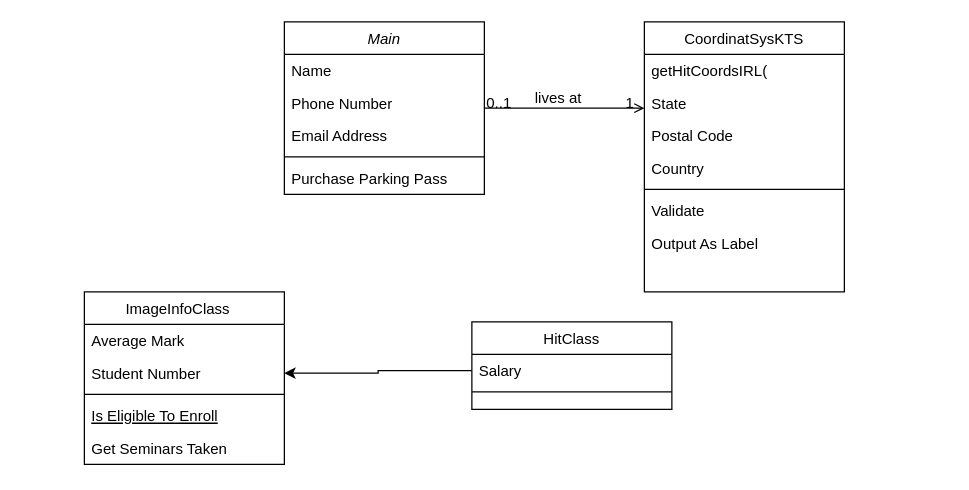
This is Program/samuel_filer/ClassCommunication.drawio from Sauel2000/WebBachelor, a draw.io file, before an edit. Source tidied: cells renumbered, new cells numbered last; positions are measured from the earlier drawing's top-left corner, leaving out a move shared by most shapes. Both pictures are drawn from the tidied source at 125%, with x=0, y=0 at pixel (84, 21).
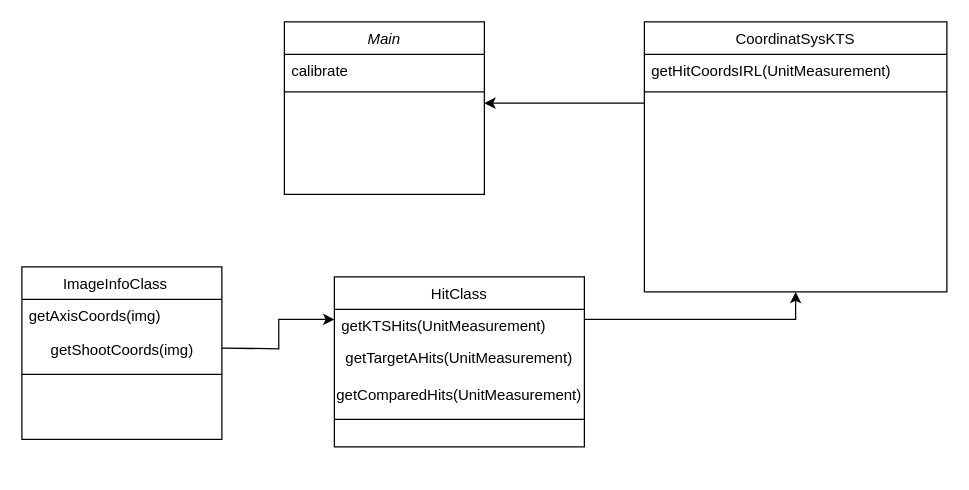
Above is the later version.

Unchanged cells that the change refers to:
```xml
<mxCell id="2" value="Main" style="swimlane;fontStyle=2;align=center;verticalAlign=top;horizontal=1;startSize=26;rounded=0;shadow=0;strokeWidth=1;" parent="1" vertex="1">
  <mxGeometry x="160" width="160" height="138" as="geometry" />
</mxCell>
```

Diff of the diagram source:
```diff
@@
-    <mxCell id="3" value="Name" style="text;align=left;verticalAlign=top;spacingLeft=4;spacingRight=4;overflow=hidden;" parent="2" vertex="1">
+    <mxCell id="3" value="calibrate" style="text;align=left;verticalAlign=top;spacingLeft=4;spacingRight=4;overflow=hidden;" parent="2" vertex="1">
       <mxGeometry y="26" width="160" height="26" as="geometry" />
     </mxCell>
-    <mxCell id="4" value="Phone Number" style="text;align=left;verticalAlign=top;spacingLeft=4;spacingRight=4;overflow=hidden;rounded=0;shadow=0;html=0;" parent="2" vertex="1">
-      <mxGeometry y="52" width="160" height="26" as="geometry" />
-    </mxCell>
-    <mxCell id="5" value="Email Address" style="text;align=left;verticalAlign=top;spacingLeft=4;spacingRight=4;overflow=hidden;rounded=0;shadow=0;html=0;" parent="2" vertex="1">
-      <mxGeometry y="78" width="160" height="26" as="geometry" />
-    </mxCell>
     <mxCell id="6" style="line;html=1;strokeWidth=1;align=left;verticalAlign=middle;spacingTop=-1;spacingLeft=3;spacingRight=3;labelPosition=right;" parent="2" vertex="1">
-      <mxGeometry y="104" width="160" height="8" as="geometry" />
+      <mxGeometry y="52" width="160" height="8" as="geometry" />
     </mxCell>
-    <mxCell id="7" value="Purchase Parking Pass" style="text;align=left;verticalAlign=top;spacingLeft=4;spacingRight=4;overflow=hidden;" parent="2" vertex="1">
-      <mxGeometry y="112" width="160" height="26" as="geometry" />
-    </mxCell>
     <mxCell id="8" value="ImageInfoClass   " style="swimlane;fontStyle=0;align=center;verticalAlign=top;horizontal=1;startSize=26;rounded=0;shadow=0;strokeWidth=1;" parent="1" vertex="1">
-      <mxGeometry y="216" width="160" height="138" as="geometry" />
+      <mxGeometry x="-50" y="196" width="160" height="138" as="geometry" />
     </mxCell>
-    <mxCell id="9" value="Average Mark" style="text;align=left;verticalAlign=top;spacingLeft=4;spacingRight=4;overflow=hidden;rounded=0;shadow=0;html=0;" parent="8" vertex="1">
+    <mxCell id="9" value="getAxisCoords(img)" style="text;align=left;verticalAlign=top;spacingLeft=4;spacingRight=4;overflow=hidden;rounded=0;shadow=0;html=0;" parent="8" vertex="1">
       <mxGeometry y="26" width="160" height="26" as="geometry" />
     </mxCell>
-    <mxCell id="10" value="Student Number" style="text;align=left;verticalAlign=top;spacingLeft=4;spacingRight=4;overflow=hidden;points=[[0,0.5],[1,0.5]];portConstraint=eastwest;" parent="8" vertex="1">
-      <mxGeometry y="52" width="160" height="26" as="geometry" />
-    </mxCell>
+    <mxCell id="30" value="getShootCoords(img)" style="text;html=1;align=center;verticalAlign=middle;strokeColor=none;fillColor=none;" parent="8" vertex="1">
+      <mxGeometry y="52" width="160" height="30" as="geometry" />
+    </mxCell>
     <mxCell id="11" style="line;html=1;strokeWidth=1;align=left;verticalAlign=middle;spacingTop=-1;spacingLeft=3;spacingRight=3;labelPosition=right;" parent="8" vertex="1">
-      <mxGeometry y="78" width="160" height="8" as="geometry" />
+      <mxGeometry y="82" width="160" height="8" as="geometry" />
     </mxCell>
-    <mxCell id="12" value="Is Eligible To Enroll" style="text;align=left;verticalAlign=top;spacingLeft=4;spacingRight=4;overflow=hidden;fontStyle=4;" parent="8" vertex="1">
-      <mxGeometry y="86" width="160" height="26" as="geometry" />
-    </mxCell>
-    <mxCell id="13" value="Get Seminars Taken" style="text;align=left;verticalAlign=top;spacingLeft=4;spacingRight=4;overflow=hidden;" parent="8" vertex="1">
-      <mxGeometry y="112" width="160" height="26" as="geometry" />
-    </mxCell>
+    <mxCell id="31" style="edgeStyle=orthogonalEdgeStyle;rounded=0;jettySize=auto;html=1;exitX=1;exitY=0.25;exitDx=0;exitDy=0;entryX=0.5;entryY=1;entryDx=0;entryDy=0;" parent="1" edge="1" source="14" target="17">
+      <mxGeometry relative="1" as="geometry" />
+    </mxCell>
     <mxCell id="14" value="HitClass" style="swimlane;fontStyle=0;align=center;verticalAlign=top;horizontal=1;startSize=26;rounded=0;shadow=0;strokeWidth=1;" parent="1" vertex="1">
-      <mxGeometry x="310" y="240" width="160" height="70" as="geometry" />
+      <mxGeometry x="200" y="204" width="200" height="136" as="geometry" />
     </mxCell>
-    <mxCell id="15" value="Salary" style="text;align=left;verticalAlign=top;spacingLeft=4;spacingRight=4;overflow=hidden;points=[[0,0.5],[1,0.5]];portConstraint=eastwest;" parent="14" vertex="1">
-      <mxGeometry y="26" width="160" height="26" as="geometry" />
+    <mxCell id="15" value="getKTSHits(UnitMeasurement)&#10;" style="text;align=left;verticalAlign=top;spacingLeft=4;spacingRight=4;overflow=hidden;points=[[0,0.5],[1,0.5]];portConstraint=eastwest;" parent="14" vertex="1">
+      <mxGeometry y="26" width="200" height="24" as="geometry" />
     </mxCell>
+    <mxCell id="32" value="getTargetAHits(UnitMeasurement)" style="text;html=1;strokeColor=none;fillColor=none;align=center;verticalAlign=middle;whiteSpace=wrap;rounded=0;" parent="14" vertex="1">
+      <mxGeometry y="50" width="200" height="30" as="geometry" />
+    </mxCell>
+    <mxCell id="33" value="getComparedHits(UnitMeasurement)" style="text;html=1;strokeColor=none;fillColor=none;align=center;verticalAlign=middle;whiteSpace=wrap;rounded=0;" parent="14" vertex="1">
+      <mxGeometry y="80" width="200" height="30" as="geometry" />
+    </mxCell>
     <mxCell id="16" style="line;html=1;strokeWidth=1;align=left;verticalAlign=middle;spacingTop=-1;spacingLeft=3;spacingRight=3;labelPosition=right;" parent="14" vertex="1">
-      <mxGeometry y="52" width="160" height="8" as="geometry" />
+      <mxGeometry y="110" width="200" height="8" as="geometry" />
     </mxCell>
     <mxCell id="17" value="CoordinatSysKTS" style="swimlane;fontStyle=0;align=center;verticalAlign=top;horizontal=1;startSize=26;rounded=0;shadow=0;strokeWidth=1;" parent="1" vertex="1">
-      <mxGeometry x="448" width="160" height="216" as="geometry" />
+      <mxGeometry x="448" width="242" height="216" as="geometry" />
     </mxCell>
-    <mxCell id="18" value="getHitCoordsIRL(&#10;" style="text;align=left;verticalAlign=top;spacingLeft=4;spacingRight=4;overflow=hidden;" parent="17" vertex="1">
-      <mxGeometry y="26" width="160" height="26" as="geometry" />
+    <mxCell id="18" value="getHitCoordsIRL(UnitMeasurement)&#10;" style="text;align=left;verticalAlign=top;spacingLeft=4;spacingRight=4;overflow=hidden;" parent="17" vertex="1">
+      <mxGeometry y="26" width="242" height="26" as="geometry" />
     </mxCell>
-    <mxCell id="19" value="State" style="text;align=left;verticalAlign=top;spacingLeft=4;spacingRight=4;overflow=hidden;rounded=0;shadow=0;html=0;" parent="17" vertex="1">
-      <mxGeometry y="52" width="160" height="26" as="geometry" />
-    </mxCell>
-    <mxCell id="20" value="Postal Code" style="text;align=left;verticalAlign=top;spacingLeft=4;spacingRight=4;overflow=hidden;rounded=0;shadow=0;html=0;" parent="17" vertex="1">
-      <mxGeometry y="78" width="160" height="26" as="geometry" />
-    </mxCell>
-    <mxCell id="21" value="Country" style="text;align=left;verticalAlign=top;spacingLeft=4;spacingRight=4;overflow=hidden;rounded=0;shadow=0;html=0;" parent="17" vertex="1">
-      <mxGeometry y="104" width="160" height="26" as="geometry" />
-    </mxCell>
     <mxCell id="22" style="line;html=1;strokeWidth=1;align=left;verticalAlign=middle;spacingTop=-1;spacingLeft=3;spacingRight=3;labelPosition=right;" parent="17" vertex="1">
-      <mxGeometry y="130" width="160" height="8" as="geometry" />
+      <mxGeometry y="52" width="242" height="8" as="geometry" />
     </mxCell>
-    <mxCell id="23" value="Validate" style="text;align=left;verticalAlign=top;spacingLeft=4;spacingRight=4;overflow=hidden;" parent="17" vertex="1">
-      <mxGeometry y="138" width="160" height="26" as="geometry" />
-    </mxCell>
-    <mxCell id="24" value="Output As Label" style="text;align=left;verticalAlign=top;spacingLeft=4;spacingRight=4;overflow=hidden;" parent="17" vertex="1">
-      <mxGeometry y="164" width="160" height="26" as="geometry" />
-    </mxCell>
-    <mxCell id="25" style="endArrow=open;shadow=0;strokeWidth=1;rounded=0;endFill=1;edgeStyle=elbowEdgeStyle;elbow=vertical;" parent="1" edge="1" source="2" target="17">
-      <mxGeometry x="0.5" y="41" relative="1" as="geometry">
-        <mxPoint x="-40" y="32" as="offset" />
-      </mxGeometry>
-    </mxCell>
-    <mxCell id="26" value="0..1" style="align=left;verticalAlign=bottom;labelBackgroundColor=none;fontSize=12;" parent="25" vertex="1">
-      <mxGeometry x="-1" relative="1" as="geometry">
-        <mxPoint y="4" as="offset" />
-      </mxGeometry>
-    </mxCell>
-    <mxCell id="27" value="1" style="align=right;verticalAlign=bottom;labelBackgroundColor=none;fontSize=12;" parent="25" vertex="1">
-      <mxGeometry x="1" relative="1" as="geometry">
-        <mxPoint x="-7" y="4" as="offset" />
-      </mxGeometry>
-    </mxCell>
-    <mxCell id="28" value="lives at" style="text;html=1;align=center;verticalAlign=middle;labelBackgroundColor=none;rounded=0;shadow=0;strokeWidth=1;fontSize=12;" parent="25" vertex="1">
-      <mxGeometry x="0.5" y="49" relative="1" as="geometry">
-        <mxPoint x="-38" y="40" as="offset" />
-      </mxGeometry>
-    </mxCell>
-    <mxCell id="29" style="edgeStyle=orthogonalEdgeStyle;rounded=0;jettySize=auto;html=1;exitX=0;exitY=0.5;exitDx=0;exitDy=0;entryX=1;entryY=0.5;entryDx=0;entryDy=0;" parent="1" edge="1" source="15" target="10">
-      <mxGeometry relative="1" as="geometry" />
-    </mxCell>
+    <mxCell id="34" style="edgeStyle=orthogonalEdgeStyle;rounded=0;jettySize=auto;html=1;exitX=1;exitY=0.5;exitDx=0;exitDy=0;entryX=0;entryY=0.25;entryDx=0;entryDy=0;" parent="1" edge="1" target="14">
+      <mxGeometry relative="1" as="geometry">
+        <mxPoint x="110" y="261" as="sourcePoint" />
+      </mxGeometry>
+    </mxCell>
+    <mxCell id="35" style="edgeStyle=orthogonalEdgeStyle;rounded=0;orthogonalLoop=1;jettySize=auto;html=1;exitX=0;exitY=0.5;exitDx=0;exitDy=0;entryX=1;entryY=0.5;entryDx=0;entryDy=0;" parent="1" edge="1">
+      <mxGeometry relative="1" as="geometry">
+        <mxPoint x="448" y="65" as="sourcePoint" />
+        <mxPoint x="320" y="65" as="targetPoint" />
+      </mxGeometry>
+    </mxCell>
```
